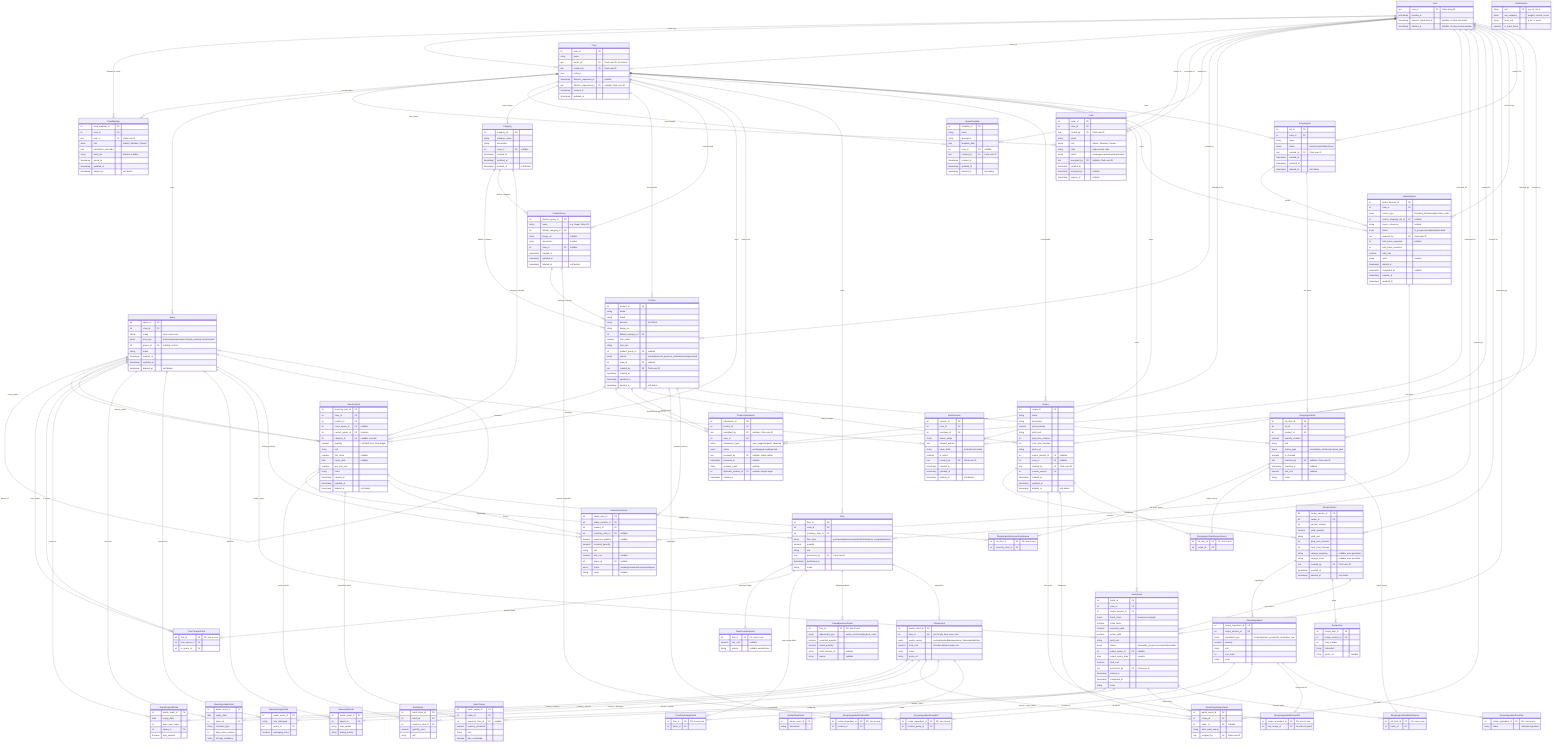
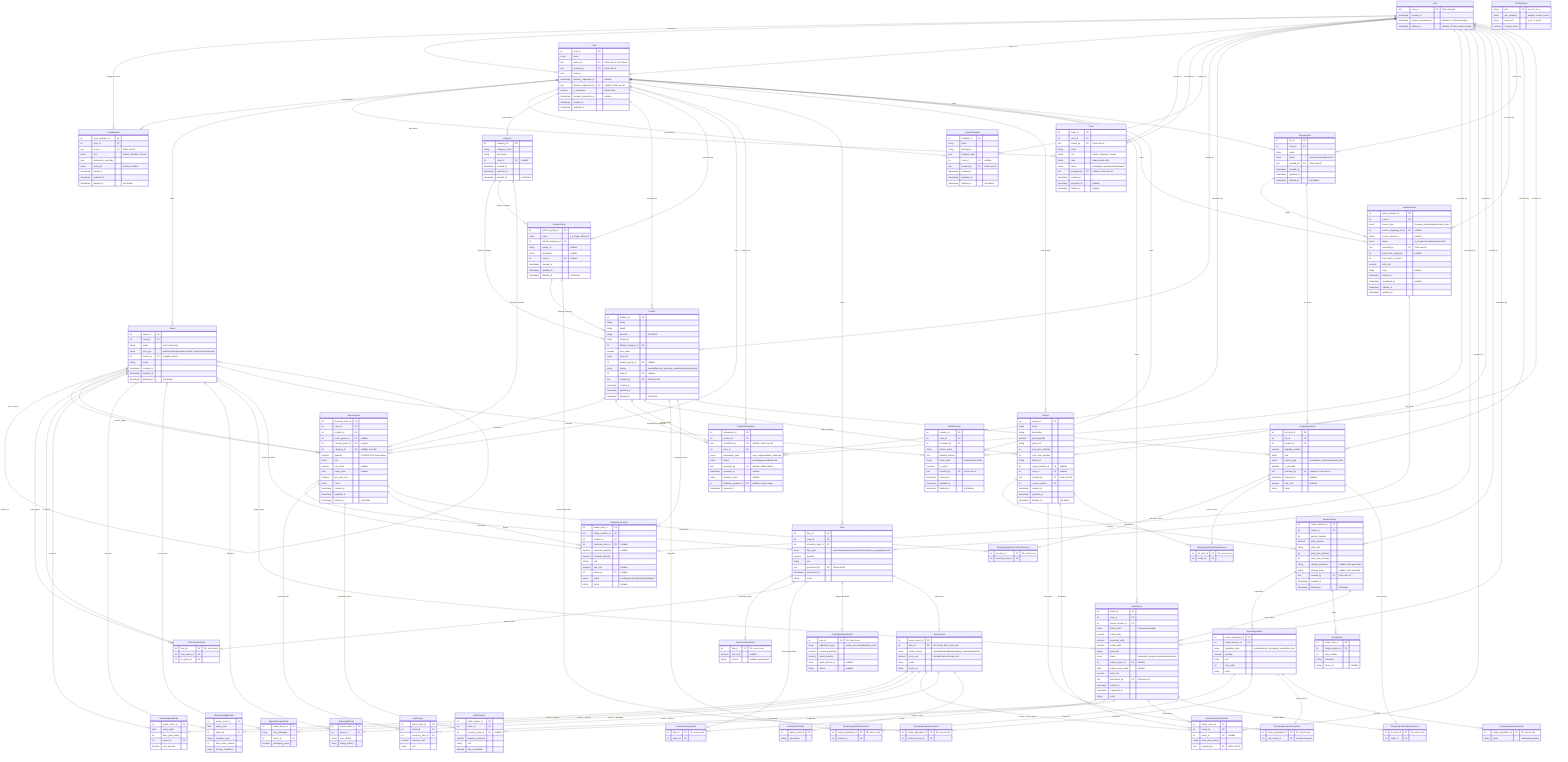
erDiagram
    %% ═══════════════════════════════════════════
    %% INMAN — Entity Relationship Diagram
    %% Updated: March 31, 2026 (post-review v3 + onboarding journey)
    %% Changes: Added Invite entity, token_hash on KioskSession
    %% ═══════════════════════════════════════════

    %% ─── TENANCY & AUTH ───────────────────────

    Crew {
        int crew_id PK
        string name
        text owner_id FK "Clerk user ID, the Owner"
        text created_by FK "Clerk user ID"
        json settings
        timestamp deletion_requested_at "nullable"
        text deletion_requested_by FK "nullable, Clerk user ID"
+         boolean is_ownerless "default false"
+         timestamp became_ownerless_at "nullable"
        timestamp created_at
        timestamp updated_at
    }

    User {
        text user_id PK "Clerk string ID"
        timestamp created_at
        timestamp deletion_requested_at "nullable, UI click timestamp"
        timestamp deleted_at "nullable, 30-day restore window"
    }

    CrewMember {
        int crew_member_id PK
        int crew_id FK
        text user_id FK "Clerk user ID"
        enum role "Admin | Member | Viewer"
        json permission_overrides
        string kiosk_pin "hashed, nullable"
        timestamp joined_at
        timestamp updated_at
        timestamp deleted_at "soft delete"
    }

    Invite {
        int invite_id PK
        int crew_id FK
        text invited_by FK "Clerk user ID"
        string email
        enum role "Admin | Member | Viewer"
        string code "unique invite code"
        enum status "pending|accepted|expired|revoked"
        text accepted_by FK "nullable, Clerk user ID"
        timestamp created_at
        timestamp accepted_at "nullable"
        timestamp expires_at "nullable"
    }

    User ||--o{ CrewMember : "belongs to crews"
    Crew ||--o{ CrewMember : "has members"
    User ||--o{ Crew : "created_by"
    User ||--o| Crew : "owner_id"
    Crew ||--o{ Invite : "has invites"
    User ||--o{ Invite : "invited_by"
    User ||--o{ Invite : "accepted_by"

    %% ─── SPACES ───────────────────────────────

    Space {
        int space_id PK
        int crew_id FK
        string name "short name only"
        enum unit_type "premises|area|zone|section|sub_section|container|shelf"
        int parent_id FK "nullable, self-ref"
        string notes
        timestamp created_at
        timestamp updated_at
        timestamp deleted_at "soft delete"
    }

    SpaceTemplate {
        int template_id PK
        string name
        string description
        json template_data
        int crew_id FK "nullable"
        text created_by FK "Clerk user ID"
        timestamp created_at
        timestamp updated_at
        timestamp deleted_at "soft delete"
    }

    Crew ||--o{ Space : "owns"
    Space ||--o{ Space : "parent_id"
    Crew ||--o{ SpaceTemplate : "crew-created"
    User ||--o{ SpaceTemplate : "created_by"

    %% ─── CATALOG ──────────────────────────────

    Product {
        int product_id PK
        string name
        string brand
        string barcode "UPC/EAN"
        string image_url
        int default_category_id FK
        numeric size_value
        string size_unit
        int product_group_id FK "nullable"
        enum source "seeded|barcode_api|crew_created|manual|promoted"
        int crew_id FK "nullable"
        text created_by FK "Clerk user ID"
        timestamp created_at
        timestamp updated_at
        timestamp deleted_at "soft delete"
    }

    ProductGroup {
        int product_group_id PK
        string name "e.g. Sugar, Olive Oil"
        int default_category_id FK
        string image_url "nullable"
        string description "nullable"
        int crew_id FK "nullable"
        timestamp created_at
        timestamp updated_at
        timestamp deleted_at "soft delete"
    }

    Category {
        int category_id PK
        string category_name
        string description
        int crew_id FK "nullable"
        timestamp created_at
        timestamp updated_at
        timestamp deleted_at "soft delete"
    }

    InventoryItem {
        int inventory_item_id PK
        int crew_id FK
        int product_id FK
        int home_space_id FK "nullable"
        int current_space_id FK "required"
        int category_id FK "nullable, override"
        numeric quantity "CACHED from Flow ledger"
        string unit
        numeric min_stock "nullable"
        date expiry_date "nullable"
        numeric last_unit_cost
        string notes
        timestamp created_at
        timestamp updated_at
        timestamp deleted_at "soft delete"
    }

    Category ||--o{ Product : "default_category"
    Category ||--o{ ProductGroup : "default_category"
    ProductGroup ||--o{ Product : "belongs to group"
    Crew ||--o{ Category : "crew-custom"
    Crew ||--o{ Product : "crew-private"
    Crew ||--o{ ProductGroup : "crew-created"
    User ||--o{ Product : "created_by"
    Product ||--o{ InventoryItem : "instances"
    Crew ||--o{ InventoryItem : "owns"
    Space ||--o{ InventoryItem : "home_space"
    Space ||--o{ InventoryItem : "current_space"
    Category ||--o{ InventoryItem : "category override"

    %% ─── CATALOG CURATION ─────────────────────

    ProductSubmission {
        int submission_id PK
        int product_id FK
        text submitted_by FK "nullable, Clerk user ID"
        int crew_id FK
        enum submission_type "user_suggested|auto_detected"
        enum status "pending|approved|rejected"
        text reviewed_by FK "nullable, InMan admin"
        timestamp reviewed_at "nullable"
        string reviewer_notes "nullable"
        int duplicate_product_id FK "nullable, merge target"
        timestamp created_at
    }

    Product ||--o{ ProductSubmission : "submitted for promotion"
    Product ||--o{ ProductSubmission : "merge target"
    Crew ||--o{ ProductSubmission : "origin crew"
    User ||--o{ ProductSubmission : "submitted_by"
    User ||--o{ ProductSubmission : "reviewed_by"

    %% ─── REFERENCE DATA ───────────────────────

    UnitDefinition {
        string unit PK "e.g. oz, ml, g"
        enum unit_category "weight | volume | count"
        string base_unit "g, ml, or count"
        numeric to_base_factor
    }

    %% ─── FLOWS ────────────────────────────────

    Flow {
        int flow_id PK
        int crew_id FK
        int inventory_item_id FK
        enum flow_type "purchase|waste|consumption|transfer|prep_usage|adjustment"
        numeric quantity
        string unit
        text performed_by FK "Clerk user ID"
        timestamp performed_at
        string notes
    }

    FlowPurchaseDetail {
        int flow_id FK "PK, one-to-one"
        numeric unit_cost "nullable"
        string source "nullable, vendor/store"
    }

    FlowTransferDetail {
        int flow_id FK "PK, one-to-one"
        int from_space_id FK
        int to_space_id FK
    }

    FlowPrepUsageDetail {
        int flow_id FK "PK, one-to-one"
        int batch_id FK
    }

    Crew ||--o{ Flow : "owns"
    InventoryItem ||--o{ Flow : "history"
    User ||--o{ Flow : "performed_by"
    Flow ||--o| FlowPurchaseDetail : "purchase detail"
    Flow ||--o| FlowTransferDetail : "transfer detail"
    Flow ||--o| FlowPrepUsageDetail : "prep usage detail"
    Space ||--o{ FlowTransferDetail : "from_space"
    Space ||--o{ FlowTransferDetail : "to_space"
    BatchEvent ||--o{ FlowPrepUsageDetail : "batch"

    FlowAdjustmentDetail {
        int flow_id FK "PK, one-to-one"
        enum adjustment_type "cache_correction|physical_count"
        numeric expected_quantity
        numeric actual_quantity
        string audit_session_id "nullable"
        string reason "nullable"
    }

    Flow ||--o| FlowAdjustmentDetail : "adjustment detail"

    %% ─── WASTE ────────────────────────────────

    WasteEvent {
        int waste_event_id PK
        int flow_id FK "join for qty, item, crew, user"
        enum waste_reason "expired|spoiled|damaged|prep_failure|spilled|other"
        numeric total_cost "includes derived recipe cost"
        string notes
        string photo_url
    }

    WasteExpiredDetail {
        int waste_event_id FK
        date expiry_date
        int days_past_expiry
        int space_id FK
        boolean was_opened
    }

    WasteSpoilageDetail {
        int waste_event_id FK
        date expiry_date
        int space_id FK
        string container_type
        int days_since_opened
        string storage_conditions
    }

    WasteDamageDetail {
        int waste_event_id FK
        string how_damaged
        int space_id FK
        boolean packaging_issue
    }

    WastePrepFailureDetail {
        int waste_event_id FK
        int recipe_id FK
        int batch_id FK "nullable"
        string what_went_wrong
        text prepped_by FK "Clerk user ID"
    }

    WasteSpillDetail {
        int waste_event_id FK
        int space_id FK
        string how_spilled
        string during_activity
    }

    WasteOtherDetail {
        int waste_event_id FK
        string description
    }

    Flow ||--o| WasteEvent : "waste flow"
    WasteEvent ||--o| WasteExpiredDetail : "reason = expired"
    WasteEvent ||--o| WasteSpoilageDetail : "reason = spoiled"
    WasteEvent ||--o| WasteDamageDetail : "reason = damaged"
    WasteEvent ||--o| WastePrepFailureDetail : "reason = prep_failure"
    WasteEvent ||--o| WasteSpillDetail : "reason = spilled"
    WasteEvent ||--o| WasteOtherDetail : "reason = other"
    Space ||--o{ WasteExpiredDetail : "stored at"
    Space ||--o{ WasteSpoilageDetail : "stored at"
    Space ||--o{ WasteDamageDetail : "occurred at"
    Space ||--o{ WasteSpillDetail : "spilled at"
    User ||--o{ WastePrepFailureDetail : "prepped_by"

    %% ─── RECIPES ──────────────────────────────

    Recipe {
        int recipe_id PK
        string name
        string description
        numeric yield_quantity
        string yield_unit
        int prep_time_minutes
        int cook_time_minutes
        string photo_url
        int output_product_id FK "nullable"
        int crew_id FK "nullable"
        text created_by FK "Clerk user ID"
        int current_version FK
        timestamp created_at
        timestamp updated_at
        timestamp deleted_at "soft delete"
    }

    RecipeVersion {
        int recipe_version_id PK
        int recipe_id FK
        int version_number
        numeric yield_quantity
        string yield_unit
        int prep_time_minutes
        int cook_time_minutes
        string change_summary "nullable, auto-generated"
        string change_notes "nullable, user-provided"
        text created_by FK "Clerk user ID"
        timestamp created_at
        timestamp deleted_at "soft delete"
    }

    RecipeIngredient {
        int recipe_ingredient_id PK
        int recipe_version_id FK
        enum ingredient_type "product|product_group|sub_recipe|free_text"
        numeric quantity
        string unit
        int sort_order
        string notes
    }

    RecipeIngredientProductRef {
        int recipe_ingredient_id FK "PK, one-to-one"
        int product_id FK
    }

    RecipeIngredientGroupRef {
        int recipe_ingredient_id FK "PK, one-to-one"
        int product_group_id FK
    }

    RecipeIngredientRecipeRef {
        int recipe_ingredient_id FK "PK, one-to-one"
        int sub_recipe_id FK "circular ref guard"
    }

    RecipeIngredientFreeText {
        int recipe_ingredient_id FK "PK, one-to-one"
        string name "unlinked ingredient"
    }

    RecipeStep {
        int recipe_step_id PK
        int recipe_version_id FK
        int step_number
        string instruction
        string photo_url "nullable"
    }

    Crew ||--o{ Recipe : "crew-private"
    User ||--o{ Recipe : "created_by"
    Product ||--o{ Recipe : "output_product"
    Recipe ||--o{ RecipeVersion : "versions"
    RecipeVersion ||--o{ RecipeIngredient : "ingredients"
    RecipeVersion ||--o{ RecipeStep : "steps"
    RecipeIngredient ||--o| RecipeIngredientProductRef : "product ref"
    RecipeIngredient ||--o| RecipeIngredientGroupRef : "group ref"
    RecipeIngredient ||--o| RecipeIngredientRecipeRef : "sub-recipe ref"
    RecipeIngredient ||--o| RecipeIngredientFreeText : "free text"
    Product ||--o{ RecipeIngredientProductRef : "ingredient"
    ProductGroup ||--o{ RecipeIngredientGroupRef : "generic ingredient"
    Recipe ||--o{ RecipeIngredientRecipeRef : "sub-recipe"
    User ||--o{ RecipeVersion : "created_by"
    Recipe ||--o{ WastePrepFailureDetail : "attempted"

    %% ─── BATCHING ─────────────────────────────

    BatchEvent {
        int batch_id PK
        int crew_id FK
        int recipe_version_id FK
        enum batch_intent "store|consume|split"
        numeric scale_factor
        numeric expected_yield
        numeric actual_yield
        string yield_unit
        enum status "planned|in_progress|completed|cancelled"
        int output_space_id FK "nullable"
        date output_expiry_date "nullable"
        numeric total_cost
        text performed_by FK "Clerk user ID"
        timestamp started_at
        timestamp completed_at
        string notes
    }

    BatchInput {
        int batch_input_id PK
        int batch_id FK
        int inventory_item_id FK
        numeric quantity_used
        string unit
    }

    BatchOutput {
        int batch_output_id PK
        int batch_id FK
        int inventory_item_id FK "nullable"
        numeric quantity_produced
        string unit
        boolean was_consumed
    }

    Crew ||--o{ BatchEvent : "owns"
    RecipeVersion ||--o{ BatchEvent : "executed as"
    User ||--o{ BatchEvent : "performed_by"
    Space ||--o{ BatchEvent : "output_space"
    BatchEvent ||--o{ BatchInput : "consumed"
    BatchEvent ||--o{ BatchOutput : "produced"
    InventoryItem ||--o{ BatchInput : "used in batch"
    InventoryItem ||--o{ BatchOutput : "created by batch"
    BatchEvent ||--o{ WastePrepFailureDetail : "failed during"

    %% ─── SHOPPING ─────────────────────────────

    IntakeSession {
        int intake_session_id PK
        int crew_id FK
        enum source_type "shopping_list|manual|purchase_order"
        int source_shopping_list_id FK "nullable"
        string source_reference "nullable"
        enum status "in_progress|completed|cancelled"
        text received_by FK "Clerk user ID"
        int total_items_expected "nullable"
        int total_items_received
        numeric total_cost
        string notes "nullable"
        timestamp started_at
        timestamp completed_at "nullable"
        timestamp created_at
        timestamp updated_at
    }

    IntakeSessionItem {
        int intake_item_id PK
        int intake_session_id FK
        int product_id FK
        int inventory_item_id FK "nullable"
        numeric expected_quantity "nullable"
        numeric received_quantity
        string unit
        numeric unit_cost "nullable"
        int space_id FK "nullable"
        enum status "pending|received|short|extra|skipped"
        string notes "nullable"
    }

    Crew ||--o{ IntakeSession : "owns"
    User ||--o{ IntakeSession : "received_by"
    ShoppingList ||--o{ IntakeSession : "seeds"
    IntakeSession ||--o{ IntakeSessionItem : "line items"
    Product ||--o{ IntakeSessionItem : "product received"
    InventoryItem ||--o{ IntakeSessionItem : "restocking"
    Space ||--o{ IntakeSessionItem : "shelving location"

    ShoppingList {
        int list_id PK
        int crew_id FK
        string name
        enum status "active|completed|archived"
        text created_by FK "Clerk user ID"
        timestamp created_at
        timestamp updated_at
        timestamp deleted_at "soft delete"
    }

    ShoppingListItem {
        int list_item_id PK
        int list_id FK
        int product_id FK
        numeric quantity_needed
        string unit
        enum source_type "manual|low_stock|recipe|meal_plan"
        boolean is_checked
        text checked_by FK "nullable, Clerk user ID"
        timestamp checked_at "nullable"
        numeric unit_cost "nullable"
        string notes
    }

    ShoppingListItemLowStockSource {
        int list_item_id FK "PK, one-to-one"
        int inventory_item_id FK
    }

    ShoppingListItemRecipeSource {
        int list_item_id FK "PK, one-to-one"
        int recipe_id FK
    }

    ShoppingListItemBatchSource {
        int list_item_id FK "PK, one-to-one"
        int batch_id FK
    }

    Crew ||--o{ ShoppingList : "owns"
    User ||--o{ ShoppingList : "created_by"
    ShoppingList ||--o{ ShoppingListItem : "line items"
    Product ||--o{ ShoppingListItem : "product needed"
    User ||--o{ ShoppingListItem : "checked_by"
    ShoppingListItem ||--o| ShoppingListItemLowStockSource : "low stock source"
    ShoppingListItem ||--o| ShoppingListItemRecipeSource : "recipe source"
    ShoppingListItem ||--o| ShoppingListItemBatchSource : "batch source"
    InventoryItem ||--o{ ShoppingListItemLowStockSource : "triggered by"
    Recipe ||--o{ ShoppingListItemRecipeSource : "needed for"
    BatchEvent ||--o{ ShoppingListItemBatchSource : "planned batch"

    %% ─── KIOSK ────────────────────────────────

    KioskSession {
        int session_id PK
        int crew_id FK
        int premises_id FK
        string device_name
        json allowed_actions
        string token_hash "hashed kiosk token"
        boolean is_active
        text created_by FK "Clerk user ID"
        timestamp created_at
        timestamp updated_at
        timestamp deleted_at "soft delete"
    }

    Crew ||--o{ KioskSession : "owns"
    Space ||--o{ KioskSession : "premises"
    User ||--o{ KioskSession : "created_by"
